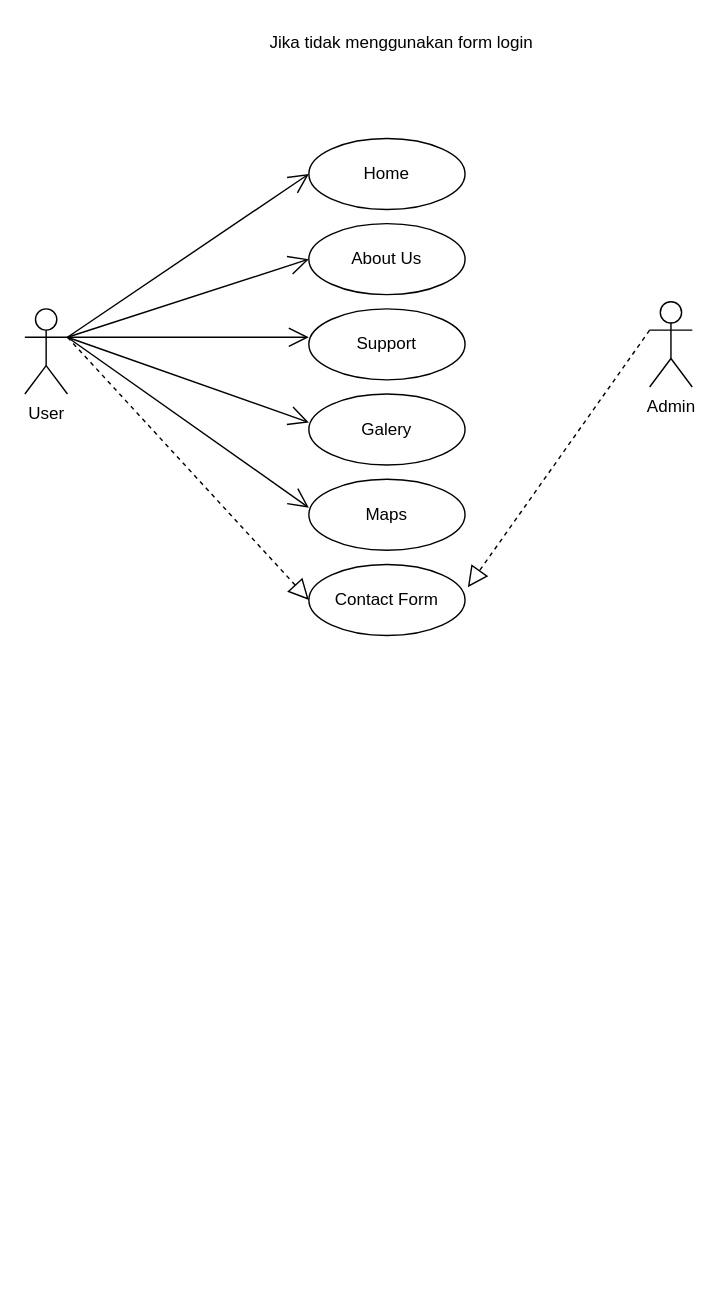
Above: page "Page-58" (57 of 64) of Untitled Diagram.drawio in Jeremia0910/SJSI (draw.io), before the change. Source tidied: cells renumbered, new cells numbered last; positions are measured from the earlier drawing's top-left corner, leaving out a move shared by most shapes. Both pictures are drawn from the tidied source at 142%, with x=0, y=0 at pixel (24, 24).
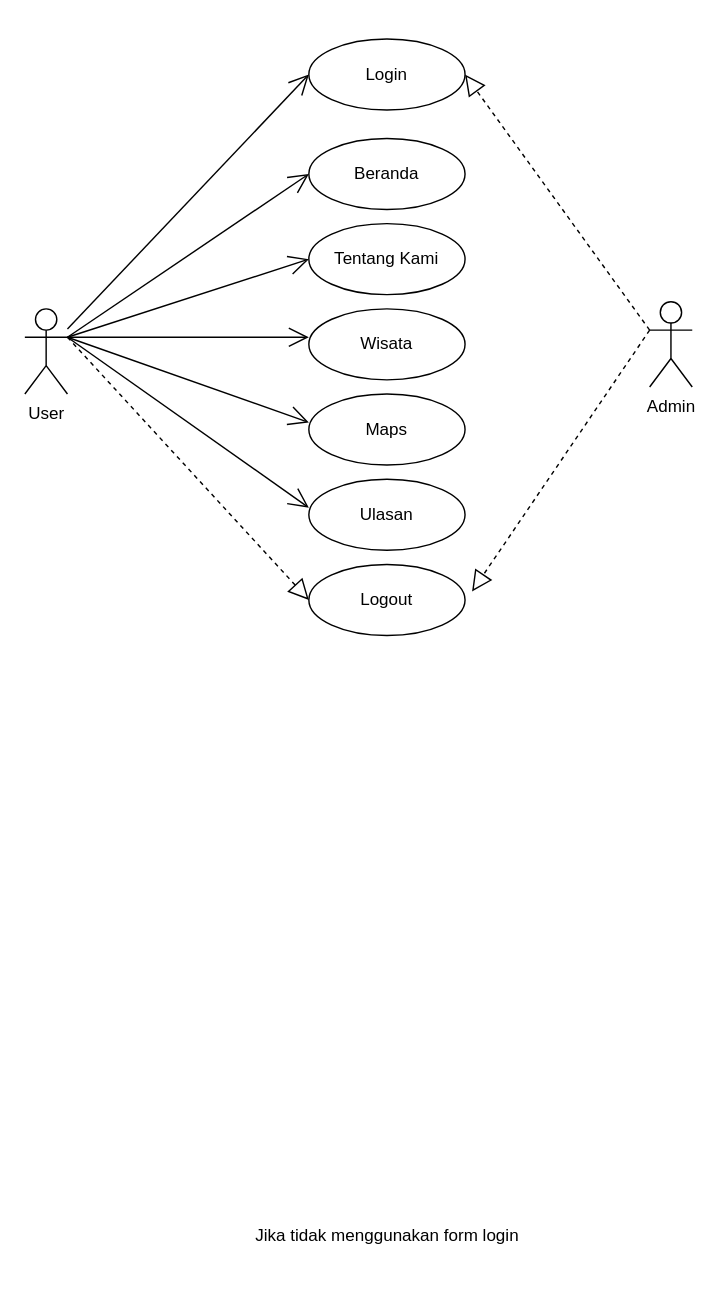
The same page after the edit.

The change refers to these unchanged cells:
```xml
<mxCell id="3" value="User" style="shape=umlActor;verticalLabelPosition=bottom;verticalAlign=top;html=1;outlineConnect=0;" parent="1" vertex="1">
  <mxGeometry y="200" width="30" height="60" as="geometry" />
</mxCell>
<mxCell id="8" value="Admin" style="shape=umlActor;verticalLabelPosition=bottom;verticalAlign=top;html=1;outlineConnect=0;" parent="1" vertex="1">
  <mxGeometry x="440" y="195" width="30" height="60" as="geometry" />
</mxCell>
```

What changed in the source:
```diff
@@
-    <mxCell id="2" value="Home" style="ellipse;whiteSpace=wrap;html=1;" parent="1" vertex="1">
+    <mxCell id="2" value="Beranda" style="ellipse;whiteSpace=wrap;html=1;" parent="1" vertex="1">
       <mxGeometry x="200" y="80" width="110" height="50" as="geometry" />
     </mxCell>
@@
-    <mxCell id="4" value="About Us" style="ellipse;whiteSpace=wrap;html=1;" parent="1" vertex="1">
+    <mxCell id="4" value="Tentang Kami" style="ellipse;whiteSpace=wrap;html=1;" parent="1" vertex="1">
       <mxGeometry x="200" y="140" width="110" height="50" as="geometry" />
     </mxCell>
-    <mxCell id="5" value="Support" style="ellipse;whiteSpace=wrap;html=1;" parent="1" vertex="1">
+    <mxCell id="5" value="Wisata" style="ellipse;whiteSpace=wrap;html=1;" parent="1" vertex="1">
       <mxGeometry x="200" y="200" width="110" height="50" as="geometry" />
     </mxCell>
-    <mxCell id="6" value="Galery" style="ellipse;whiteSpace=wrap;html=1;" parent="1" vertex="1">
+    <mxCell id="6" value="Maps" style="ellipse;whiteSpace=wrap;html=1;" parent="1" vertex="1">
       <mxGeometry x="200" y="260" width="110" height="50" as="geometry" />
     </mxCell>
-    <mxCell id="7" value="Maps" style="ellipse;whiteSpace=wrap;html=1;" parent="1" vertex="1">
+    <mxCell id="7" value="Ulasan" style="ellipse;whiteSpace=wrap;html=1;" parent="1" vertex="1">
       <mxGeometry x="200" y="320" width="110" height="50" as="geometry" />
     </mxCell>
@@
-    <mxCell id="14" style="endArrow=block;dashed=1;endFill=0;endSize=12;html=1;rounded=0;exitX=0;exitY=0.3333333333333333;exitDx=0;exitDy=0;exitPerimeter=0;entryX=1.018;entryY=0.32;entryDx=0;entryDy=0;entryPerimeter=0;" parent="1" edge="1" source="8" target="16">
+    <mxCell id="14" style="endArrow=block;dashed=1;endFill=0;endSize=12;html=1;rounded=0;exitX=0;exitY=0.3333333333333333;exitDx=0;exitDy=0;exitPerimeter=0;entryX=1;entryY=0.5;entryDx=0;entryDy=0;" parent="1" edge="1" source="8" target="18">
       <mxGeometry relative="1" as="geometry" />
     </mxCell>
     <mxCell id="15" value="&lt;div&gt;Jika tidak menggunakan form login&lt;br&gt;&lt;/div&gt;&lt;div&gt;&lt;br&gt;&lt;/div&gt;" style="text;html=1;align=center;verticalAlign=middle;strokeColor=none;fillColor=none;" parent="1" vertex="1">
-      <mxGeometry x="160" width="210" height="40" as="geometry" />
+      <mxGeometry x="150" y="840" width="210" height="40" as="geometry" />
     </mxCell>
-    <mxCell id="16" value="Contact Form" style="ellipse;whiteSpace=wrap;html=1;" parent="1" vertex="1">
+    <mxCell id="16" value="Logout" style="ellipse;whiteSpace=wrap;html=1;" parent="1" vertex="1">
       <mxGeometry x="200" y="380" width="110" height="50" as="geometry" />
     </mxCell>
@@
+    <mxCell id="18" value="Login" style="ellipse;whiteSpace=wrap;html=1;" parent="1" vertex="1">
+      <mxGeometry x="200" y="10" width="110" height="50" as="geometry" />
+    </mxCell>
+    <mxCell id="19" style="endArrow=open;endFill=1;endSize=12;html=1;rounded=0;entryX=0;entryY=0.5;entryDx=0;entryDy=0;" parent="1" edge="1" source="3" target="18">
+      <mxGeometry relative="1" as="geometry" />
+    </mxCell>
+    <mxCell id="20" style="endArrow=block;dashed=1;endFill=0;endSize=12;html=1;rounded=0;exitX=0;exitY=0.3333333333333333;exitDx=0;exitDy=0;exitPerimeter=0;entryX=1.045;entryY=0.38;entryDx=0;entryDy=0;entryPerimeter=0;" parent="1" edge="1" source="8" target="16">
+      <mxGeometry relative="1" as="geometry" />
+    </mxCell>
```
